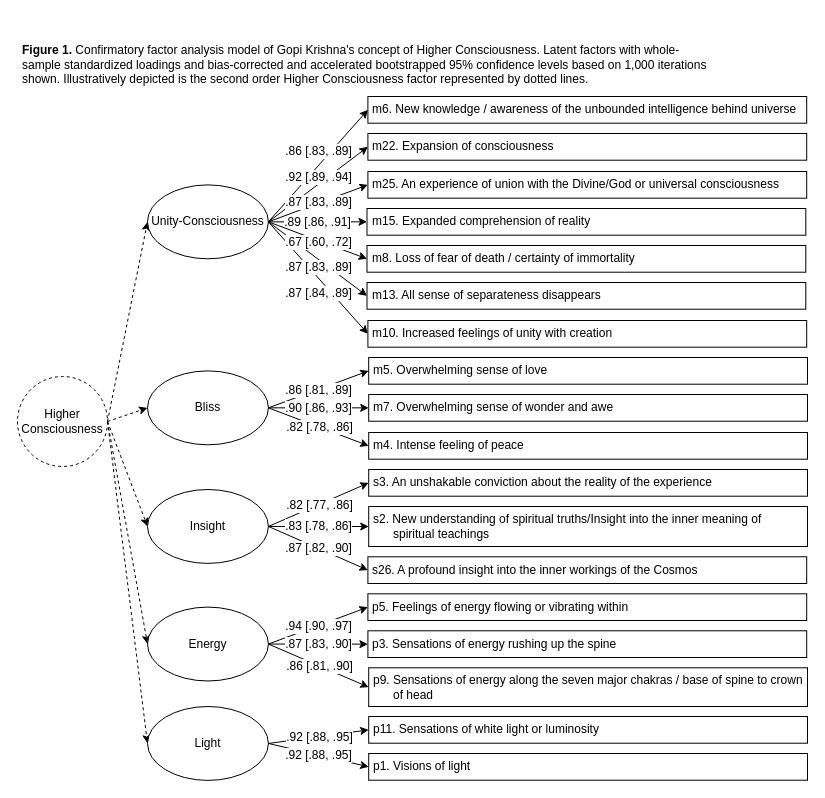
This is documents/HC-HigherOrder.drawio from emergingsciences/discover, a draw.io file, before an edit. Source tidied: cells renumbered, new cells numbered last; positions are measured from the earlier drawing's top-left corner, leaving out a move shared by most shapes. Both pictures are drawn from the tidied source at 100%, with x=0, y=0 at pixel (17, 27).
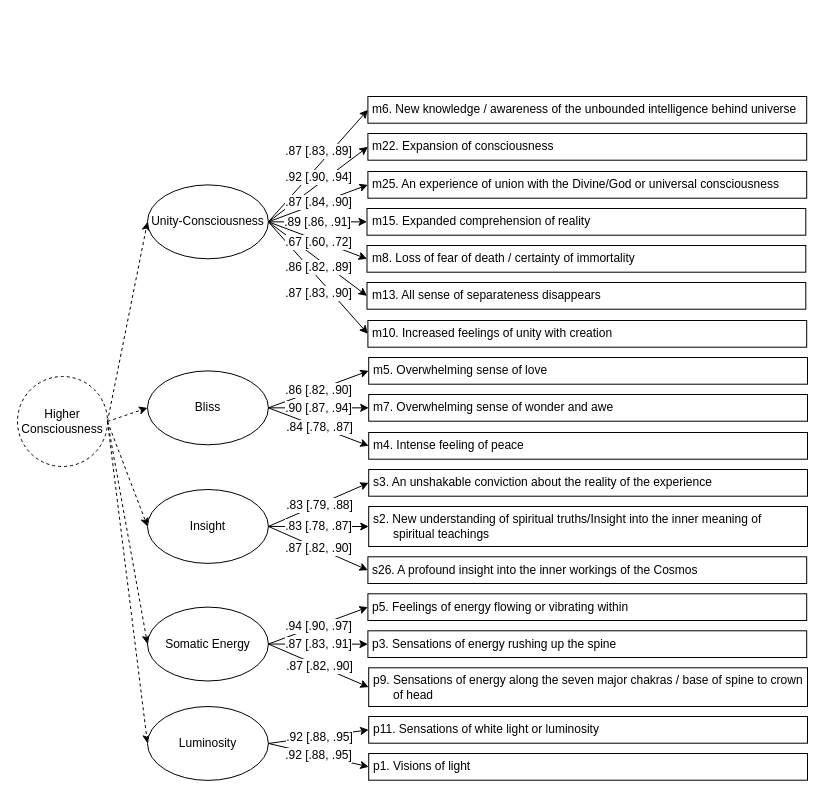
The same diagram, later.

The change refers to these unchanged cells:
```xml
<mxCell id="13" style="endArrow=classic;html=1;rounded=0;entryX=0;entryY=0.5;entryDx=0;entryDy=0;exitX=1;exitY=0.5;exitDx=0;exitDy=0;fontSize=12;" parent="1" edge="1" source="10" target="51">
  <mxGeometry relative="1" as="geometry" />
</mxCell>
<mxCell id="15" style="endArrow=classic;html=1;rounded=0;entryX=0;entryY=0.5;entryDx=0;entryDy=0;exitX=1;exitY=0.5;exitDx=0;exitDy=0;fontSize=12;" parent="1" edge="1" source="10" target="52">
  <mxGeometry relative="1" as="geometry" />
</mxCell>
<mxCell id="17" style="endArrow=classic;html=1;rounded=0;entryX=0;entryY=0.5;entryDx=0;entryDy=0;exitX=1;exitY=0.5;exitDx=0;exitDy=0;fontSize=12;" parent="1" edge="1" source="10" target="53">
  <mxGeometry relative="1" as="geometry" />
</mxCell>
<mxCell id="20" style="endArrow=classic;html=1;rounded=0;entryX=0;entryY=0.5;entryDx=0;entryDy=0;exitX=1;exitY=0.5;exitDx=0;exitDy=0;fontSize=12;" parent="1" edge="1" source="19" target="54">
  <mxGeometry relative="1" as="geometry" />
</mxCell>
<mxCell id="22" style="endArrow=classic;html=1;rounded=0;entryX=0;entryY=0.5;entryDx=0;entryDy=0;exitX=1;exitY=0.5;exitDx=0;exitDy=0;fontSize=12;" parent="1" edge="1" source="19" target="55">
  <mxGeometry relative="1" as="geometry" />
</mxCell>
<mxCell id="26" style="endArrow=classic;html=1;rounded=0;entryX=0;entryY=0.5;entryDx=0;entryDy=0;exitX=1;exitY=0.5;exitDx=0;exitDy=0;fontSize=12;" parent="1" edge="1" source="11" target="57">
  <mxGeometry relative="1" as="geometry" />
</mxCell>
<mxCell id="28" style="endArrow=classic;html=1;rounded=0;entryX=0;entryY=0.5;entryDx=0;entryDy=0;exitX=1;exitY=0.5;exitDx=0;exitDy=0;fontSize=12;" parent="1" edge="1" source="11" target="58">
  <mxGeometry relative="1" as="geometry" />
</mxCell>
<mxCell id="34" style="endArrow=classic;html=1;rounded=0;exitX=1;exitY=0.5;exitDx=0;exitDy=0;entryX=0;entryY=0.5;entryDx=0;entryDy=0;fontSize=12;" parent="1" edge="1" source="9" target="44">
  <mxGeometry relative="1" as="geometry" />
</mxCell>
<mxCell id="36" style="endArrow=classic;html=1;rounded=0;entryX=0;entryY=0.5;entryDx=0;entryDy=0;exitX=1;exitY=0.5;exitDx=0;exitDy=0;fontSize=12;" parent="1" edge="1" source="9" target="50">
  <mxGeometry relative="1" as="geometry" />
</mxCell>
<mxCell id="38" style="endArrow=classic;html=1;rounded=0;entryX=0;entryY=0.5;entryDx=0;entryDy=0;exitX=1;exitY=0.5;exitDx=0;exitDy=0;fontSize=12;" parent="1" edge="1" source="9" target="49">
  <mxGeometry relative="1" as="geometry" />
</mxCell>
<mxCell id="64" style="endArrow=classic;html=1;rounded=0;exitX=1;exitY=0.5;exitDx=0;exitDy=0;entryX=0;entryY=0.5;entryDx=0;entryDy=0;fontSize=12;" parent="1" edge="1" source="9" target="45">
  <mxGeometry relative="1" as="geometry" />
</mxCell>
<mxCell id="66" style="endArrow=classic;html=1;rounded=0;exitX=1;exitY=0.5;exitDx=0;exitDy=0;entryX=0;entryY=0.5;entryDx=0;entryDy=0;fontSize=12;" parent="1" edge="1" source="9" target="46">
  <mxGeometry relative="1" as="geometry" />
</mxCell>
```

The edit, as a diff of the source:
```diff
@@
-    <mxCell id="2" value="&lt;br&gt;&lt;p&gt;&lt;b&gt;Figure 1.&lt;/b&gt; Confirmatory factor analysis model of Gopi Krishna's concept of Higher Consciousness. Latent factors with whole-sample standardized loadings and bias-corrected and accelerated bootstrapped 95% confidence levels based on 1,000 iterations shown. Illustratively depicted is the second order Higher Consciousness factor represented by dotted lines.&lt;br&gt;&lt;/p&gt;" style="text;html=1;strokeColor=none;fillColor=none;spacing=5;spacingTop=-20;whiteSpace=wrap;overflow=hidden;rounded=0;" parent="1" vertex="1">
-      <mxGeometry width="696" height="63" as="geometry" />
-    </mxCell>
@@
-    <mxCell id="11" value="&lt;div style=&quot;font-size: 12px;&quot;&gt;Energy&lt;/div&gt;" style="ellipse;whiteSpace=wrap;html=1;fontSize=12;" parent="1" vertex="1">
+    <mxCell id="11" value="&lt;div style=&quot;font-size: 12px;&quot;&gt;Somatic Energy&lt;/div&gt;" style="ellipse;whiteSpace=wrap;html=1;fontSize=12;" parent="1" vertex="1">
       <mxGeometry x="130" y="579.6" width="120.9" height="73.9" as="geometry" />
     </mxCell>
-    <mxCell id="12" value="&lt;div style=&quot;font-size: 12px;&quot;&gt;Light&lt;/div&gt;" style="ellipse;whiteSpace=wrap;html=1;fontSize=12;" parent="1" vertex="1">
+    <mxCell id="12" value="&lt;div style=&quot;font-size: 12px;&quot;&gt;Luminosity&lt;/div&gt;" style="ellipse;whiteSpace=wrap;html=1;fontSize=12;" parent="1" vertex="1">
       <mxGeometry x="130" y="679" width="120.9" height="73.9" as="geometry" />
     </mxCell>
@@
-    <mxCell id="14" value=".86 [.81, .89]" style="edgeLabel;html=1;align=center;verticalAlign=middle;fontSize=12;" parent="13" vertex="1">
+    <mxCell id="14" value=".86 [.82, .90]" style="edgeLabel;html=1;align=center;verticalAlign=middle;fontSize=12;" parent="13" vertex="1">
       <mxGeometry relative="1" as="geometry" />
     </mxCell>
@@
-    <mxCell id="16" value=".90 [.86, .93]" style="edgeLabel;html=1;align=center;verticalAlign=middle;fontSize=12;" parent="15" vertex="1">
+    <mxCell id="16" value=".90 [.87, .94]" style="edgeLabel;html=1;align=center;verticalAlign=middle;fontSize=12;" parent="15" vertex="1">
       <mxGeometry relative="1" as="geometry" />
     </mxCell>
@@
-    <mxCell id="18" value=".82 [.78, .86]" style="edgeLabel;html=1;align=center;verticalAlign=middle;fontSize=12;" parent="17" vertex="1">
+    <mxCell id="18" value=".84 [.78, .87]" style="edgeLabel;html=1;align=center;verticalAlign=middle;fontSize=12;" parent="17" vertex="1">
       <mxGeometry relative="1" as="geometry" />
     </mxCell>
@@
-    <mxCell id="21" value=".82 [.77, .86]" style="edgeLabel;html=1;align=center;verticalAlign=middle;fontSize=12;" parent="20" vertex="1">
+    <mxCell id="21" value=".83 [.79, .88]" style="edgeLabel;html=1;align=center;verticalAlign=middle;fontSize=12;" parent="20" vertex="1">
       <mxGeometry relative="1" as="geometry" />
     </mxCell>
@@
-    <mxCell id="23" value=".83 [.78, .86]" style="edgeLabel;html=1;align=center;verticalAlign=middle;fontSize=12;" parent="22" vertex="1">
+    <mxCell id="23" value=".83 [.78, .87]" style="edgeLabel;html=1;align=center;verticalAlign=middle;fontSize=12;" parent="22" vertex="1">
       <mxGeometry relative="1" as="geometry" />
     </mxCell>
@@
-    <mxCell id="27" value=".87 [.83, .90]" style="edgeLabel;html=1;align=center;verticalAlign=middle;fontSize=12;" parent="26" vertex="1">
+    <mxCell id="27" value=".87 [.83, .91]" style="edgeLabel;html=1;align=center;verticalAlign=middle;fontSize=12;" parent="26" vertex="1">
       <mxGeometry relative="1" as="geometry" />
     </mxCell>
@@
-    <mxCell id="29" value=".86 [.81, .90]" style="edgeLabel;html=1;align=center;verticalAlign=middle;fontSize=12;" parent="28" vertex="1">
+    <mxCell id="29" value=".87 [.82, .90]" style="edgeLabel;html=1;align=center;verticalAlign=middle;fontSize=12;" parent="28" vertex="1">
       <mxGeometry relative="1" as="geometry" />
     </mxCell>
@@
-    <mxCell id="35" value=".86 [.83, .89]" style="edgeLabel;html=1;align=center;verticalAlign=middle;spacingBottom=30;fontSize=12;" parent="34" vertex="1">
+    <mxCell id="35" value=".87 [.83, .89]" style="edgeLabel;html=1;align=center;verticalAlign=middle;spacingBottom=30;fontSize=12;" parent="34" vertex="1">
       <mxGeometry relative="1" as="geometry" />
     </mxCell>
@@
-    <mxCell id="37" value=".87 [.84, .89]" style="edgeLabel;html=1;align=center;verticalAlign=middle;labelBorderColor=none;spacingTop=30;fontSize=12;" parent="36" vertex="1">
+    <mxCell id="37" value=".87 [.83, .90]" style="edgeLabel;html=1;align=center;verticalAlign=middle;labelBorderColor=none;spacingTop=30;fontSize=12;" parent="36" vertex="1">
       <mxGeometry relative="1" as="geometry" />
     </mxCell>
@@
-    <mxCell id="39" value=".87 [.83, .89]" style="edgeLabel;html=1;align=center;verticalAlign=middle;spacingTop=16;fontSize=12;" parent="38" vertex="1">
+    <mxCell id="39" value=".86 [.82, .89]" style="edgeLabel;html=1;align=center;verticalAlign=middle;spacingTop=16;fontSize=12;" parent="38" vertex="1">
       <mxGeometry relative="1" as="geometry" />
     </mxCell>
@@
-    <mxCell id="65" value=".92 [.89, .94]" style="edgeLabel;html=1;align=center;verticalAlign=middle;spacingBottom=16;fontSize=12;" parent="64" vertex="1">
+    <mxCell id="65" value=".92 [.90, .94]" style="edgeLabel;html=1;align=center;verticalAlign=middle;spacingBottom=16;fontSize=12;" parent="64" vertex="1">
       <mxGeometry relative="1" as="geometry" />
     </mxCell>
@@
-    <mxCell id="67" value=".87 [.83, .89]" style="edgeLabel;html=1;align=center;verticalAlign=middle;spacingBottom=3;fontSize=12;" parent="66" vertex="1">
+    <mxCell id="67" value=".87 [.84, .90]" style="edgeLabel;html=1;align=center;verticalAlign=middle;spacingBottom=3;fontSize=12;" parent="66" vertex="1">
       <mxGeometry relative="1" as="geometry" />
     </mxCell>
```
